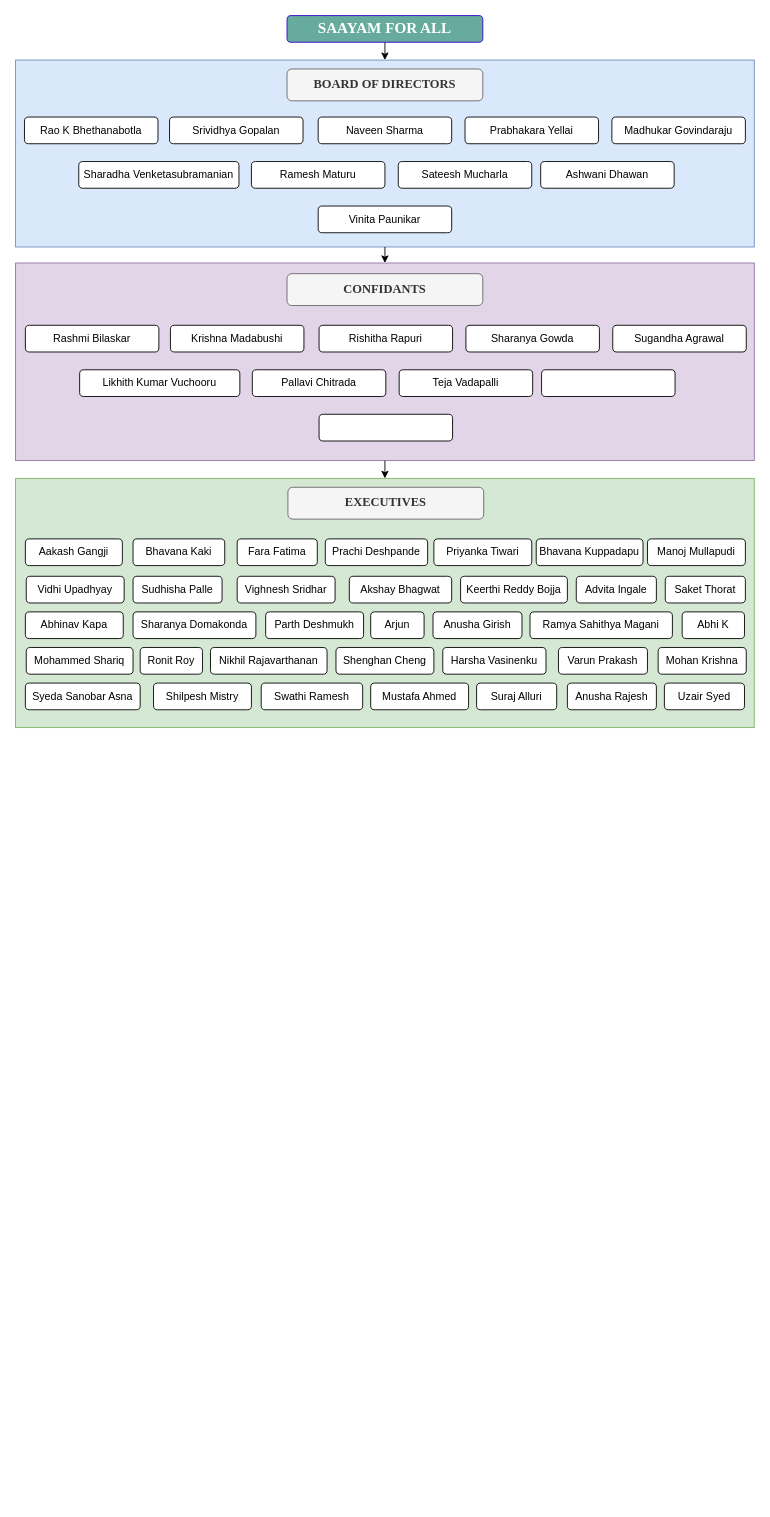
Earlier version of the draw.io diagram saayam_organizationchart.drawio (PallaviChitrada10/PallaviChitrada10). Source tidied: cells renumbered, new cells numbered last; positions are measured from the earlier drawing's top-left corner, leaving out a move shared by most shapes. Both pictures are drawn from the tidied source at 89%, with x=0, y=0 at pixel (15, 15).
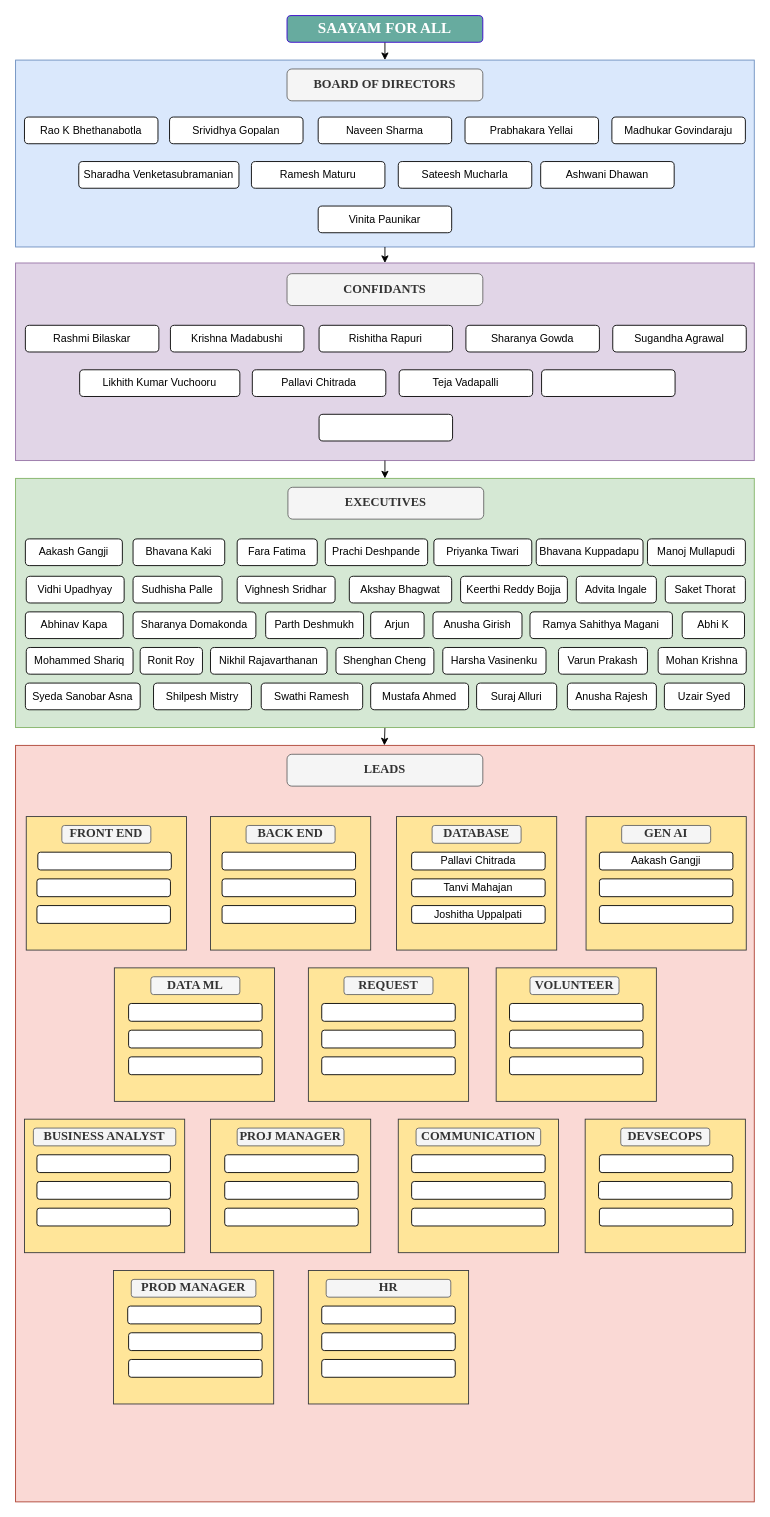
The same page after the edit.

Unchanged cells that the change refers to:
```xml
<mxCell id="32" style="rounded=0;whiteSpace=wrap;html=1;strokeColor=#82b366;fillColor=#d5e8d4;" parent="1" vertex="1">
  <mxGeometry y="520" width="830" height="280" as="geometry" />
</mxCell>
```

Diff of the diagram source:
```diff
@@
-    <mxCell id="20" style="group;" parent="1" vertex="1">
-      <mxGeometry x="11" y="348" width="810" height="130" as="geometry" />
-    </mxCell>
-    <mxCell id="21" value="&lt;font&gt;Rashmi Bilaskar&lt;/font&gt;" style="rounded=1;whiteSpace=wrap;html=1;" parent="20" vertex="1">
-      <mxGeometry width="150" height="30" as="geometry" />
-    </mxCell>
-    <mxCell id="22" value="Krishna Madabushi" style="rounded=1;whiteSpace=wrap;html=1;" parent="20" vertex="1">
-      <mxGeometry x="163" width="150" height="30" as="geometry" />
-    </mxCell>
-    <mxCell id="23" value="&lt;font&gt;Rishitha Rapuri&lt;/font&gt;" style="rounded=1;whiteSpace=wrap;html=1;" parent="20" vertex="1">
-      <mxGeometry x="330" width="150" height="30" as="geometry" />
-    </mxCell>
-    <mxCell id="24" value="&lt;font&gt;Sharanya Gowda&lt;/font&gt;" style="rounded=1;whiteSpace=wrap;html=1;" parent="20" vertex="1">
-      <mxGeometry x="495" width="150" height="30" as="geometry" />
-    </mxCell>
-    <mxCell id="25" value="&lt;font&gt;Sugandha Agrawal&lt;/font&gt;" style="rounded=1;whiteSpace=wrap;html=1;" parent="20" vertex="1">
-      <mxGeometry x="660" width="150" height="30" as="geometry" />
-    </mxCell>
-    <mxCell id="26" value="&lt;font&gt;Likhith Kumar Vuchooru&lt;/font&gt;" style="rounded=1;whiteSpace=wrap;html=1;" parent="20" vertex="1">
-      <mxGeometry x="61" y="50" width="180" height="30" as="geometry" />
-    </mxCell>
-    <mxCell id="27" value="&lt;font&gt;Pallavi Chitrada&lt;/font&gt;" style="rounded=1;whiteSpace=wrap;html=1;" parent="20" vertex="1">
-      <mxGeometry x="255" y="50" width="150" height="30" as="geometry" />
-    </mxCell>
-    <mxCell id="28" value="&lt;font&gt;Teja Vadapalli&lt;/font&gt;" style="rounded=1;whiteSpace=wrap;html=1;" parent="20" vertex="1">
-      <mxGeometry x="420" y="50" width="150" height="30" as="geometry" />
-    </mxCell>
-    <mxCell id="29" style="rounded=1;whiteSpace=wrap;html=1;" parent="20" vertex="1">
-      <mxGeometry x="580" y="50" width="150" height="30" as="geometry" />
-    </mxCell>
-    <mxCell id="30" style="rounded=1;whiteSpace=wrap;html=1;" parent="20" vertex="1">
-      <mxGeometry x="330" y="100" width="150" height="30" as="geometry" />
-    </mxCell>
@@
+    <mxCell id="69" style="edgeStyle=orthogonalEdgeStyle;rounded=0;jettySize=auto;html=1;exitX=0.5;exitY=1;exitDx=0;exitDy=0;" parent="1" edge="1" source="32">
+      <mxGeometry relative="1" as="geometry">
+        <mxPoint x="414.4" y="820" as="targetPoint" />
+      </mxGeometry>
+    </mxCell>
@@
+    <mxCell id="70" style="rounded=0;whiteSpace=wrap;html=1;strokeColor=#ae4132;fillColor=#fad9d5;" parent="1" vertex="1">
+      <mxGeometry y="820" width="830" height="850" as="geometry" />
+    </mxCell>
+    <mxCell id="71" value="&lt;font face=&quot;Garamond&quot;&gt;&lt;span style=&quot;font-size: 14px;&quot;&gt;&lt;b&gt;LEADS&lt;/b&gt;&lt;/span&gt;&lt;/font&gt;" style="rounded=1;whiteSpace=wrap;html=1;fillColor=#f5f5f5;fontColor=#333333;strokeColor=#666666;" parent="1" vertex="1">
+      <mxGeometry x="305" y="830" width="220" height="35.8" as="geometry" />
+    </mxCell>
+    <mxCell id="72" style="rounded=0;whiteSpace=wrap;html=1;fillColor=#FFE599;strokeColor=#36393d;" parent="1" vertex="1">
+      <mxGeometry x="12" y="900" width="180" height="150" as="geometry" />
+    </mxCell>
+    <mxCell id="73" style="rounded=0;whiteSpace=wrap;html=1;fillColor=#FFE599;strokeColor=#36393d;" parent="1" vertex="1">
+      <mxGeometry x="219" y="900" width="180" height="150" as="geometry" />
+    </mxCell>
+    <mxCell id="74" style="rounded=0;whiteSpace=wrap;html=1;fillColor=#FFE599;strokeColor=#36393d;" parent="1" vertex="1">
+      <mxGeometry x="111" y="1070" width="180" height="150" as="geometry" />
+    </mxCell>
+    <mxCell id="75" style="rounded=0;whiteSpace=wrap;html=1;fillColor=#FFE599;strokeColor=#36393d;" parent="1" vertex="1">
+      <mxGeometry x="428" y="900" width="180" height="150" as="geometry" />
+    </mxCell>
+    <mxCell id="76" style="rounded=0;whiteSpace=wrap;html=1;fillColor=#FFE599;strokeColor=#36393d;" parent="1" vertex="1">
+      <mxGeometry x="641" y="900" width="180" height="150" as="geometry" />
+    </mxCell>
+    <mxCell id="77" style="rounded=0;whiteSpace=wrap;html=1;fillColor=#FFE599;strokeColor=#36393d;" parent="1" vertex="1">
+      <mxGeometry x="540" y="1070" width="180" height="150" as="geometry" />
+    </mxCell>
+    <mxCell id="78" value="&lt;font face=&quot;Garamond&quot;&gt;&lt;span style=&quot;font-size: 14px;&quot;&gt;&lt;b&gt;FRONT END&lt;/b&gt;&lt;/span&gt;&lt;/font&gt;" style="rounded=1;whiteSpace=wrap;html=1;fillColor=#f5f5f5;fontColor=#333333;strokeColor=#666666;" parent="1" vertex="1">
+      <mxGeometry x="52" y="910" width="100" height="20" as="geometry" />
+    </mxCell>
+    <mxCell id="79" value="&lt;font face=&quot;Garamond&quot;&gt;&lt;span style=&quot;font-size: 14px;&quot;&gt;&lt;b&gt;BACK END&lt;/b&gt;&lt;/span&gt;&lt;/font&gt;" style="rounded=1;whiteSpace=wrap;html=1;fillColor=#f5f5f5;fontColor=#333333;strokeColor=#666666;" parent="1" vertex="1">
+      <mxGeometry x="259" y="910" width="100" height="20" as="geometry" />
+    </mxCell>
+    <mxCell id="80" value="&lt;font face=&quot;Garamond&quot;&gt;&lt;span style=&quot;font-size: 14px;&quot;&gt;&lt;b&gt;DATABASE&lt;/b&gt;&lt;/span&gt;&lt;/font&gt;" style="rounded=1;whiteSpace=wrap;html=1;fillColor=#f5f5f5;fontColor=#333333;strokeColor=#666666;" parent="1" vertex="1">
+      <mxGeometry x="468" y="910" width="100" height="20" as="geometry" />
+    </mxCell>
+    <mxCell id="81" value="&lt;font face=&quot;Garamond&quot;&gt;&lt;span style=&quot;font-size: 14px;&quot;&gt;&lt;b&gt;GEN AI&lt;/b&gt;&lt;/span&gt;&lt;/font&gt;" style="rounded=1;whiteSpace=wrap;html=1;fillColor=#f5f5f5;fontColor=#333333;strokeColor=#666666;" parent="1" vertex="1">
+      <mxGeometry x="681" y="910" width="100" height="20" as="geometry" />
+    </mxCell>
+    <mxCell id="82" value="&lt;font face=&quot;Garamond&quot;&gt;&lt;span style=&quot;font-size: 14px;&quot;&gt;&lt;b&gt;DATA ML&lt;/b&gt;&lt;/span&gt;&lt;/font&gt;" style="rounded=1;whiteSpace=wrap;html=1;fillColor=#f5f5f5;fontColor=#333333;strokeColor=#666666;" parent="1" vertex="1">
+      <mxGeometry x="152" y="1080" width="100" height="20" as="geometry" />
+    </mxCell>
+    <mxCell id="83" value="&lt;font face=&quot;Garamond&quot;&gt;&lt;span style=&quot;font-size: 14px;&quot;&gt;&lt;b&gt;VOLUNTEER&lt;/b&gt;&lt;/span&gt;&lt;/font&gt;" style="rounded=1;whiteSpace=wrap;html=1;fillColor=#f5f5f5;fontColor=#333333;strokeColor=#666666;" parent="1" vertex="1">
+      <mxGeometry x="578" y="1080" width="100" height="20" as="geometry" />
+    </mxCell>
+    <mxCell id="84" style="edgeStyle=orthogonalEdgeStyle;rounded=0;orthogonalLoop=1;jettySize=auto;html=1;exitX=0.5;exitY=1;exitDx=0;exitDy=0;" parent="1" edge="1" source="83" target="83">
+      <mxGeometry relative="1" as="geometry" />
+    </mxCell>
+    <mxCell id="85" style="group;fillColor=#FFE599;" parent="1" vertex="1">
+      <mxGeometry x="329" y="1070" width="180" height="150" as="geometry" />
+    </mxCell>
+    <mxCell id="86" style="group;fillColor=#FFE599;" parent="1" vertex="1">
+      <mxGeometry x="10" y="1240" width="180" height="150" as="geometry" />
+    </mxCell>
+    <mxCell id="87" style="group;fillColor=#FFE599;" parent="1" vertex="1">
+      <mxGeometry x="219" y="1240" width="180" height="150" as="geometry" />
+    </mxCell>
+    <mxCell id="88" style="group;fillColor=#FFE599;" parent="1" vertex="1">
+      <mxGeometry x="430" y="1240" width="180" height="150" as="geometry" />
+    </mxCell>
+    <mxCell id="89" style="rounded=0;whiteSpace=wrap;html=1;fillColor=#FFE599;strokeColor=#36393d;" parent="88" vertex="1">
+      <mxGeometry width="180" height="150" as="geometry" />
+    </mxCell>
+    <mxCell id="90" value="&lt;font face=&quot;Garamond&quot;&gt;&lt;span style=&quot;font-size: 14px;&quot;&gt;&lt;b&gt;COMMUNICATION&lt;/b&gt;&lt;/span&gt;&lt;/font&gt;" style="rounded=1;whiteSpace=wrap;html=1;fillColor=#f5f5f5;fontColor=#333333;strokeColor=#666666;" parent="88" vertex="1">
+      <mxGeometry x="20" y="10" width="140" height="20" as="geometry" />
+    </mxCell>
+    <mxCell id="91" style="rounded=1;whiteSpace=wrap;html=1;" parent="88" vertex="1">
+      <mxGeometry x="15" y="40" width="150" height="20" as="geometry" />
+    </mxCell>
+    <mxCell id="92" style="rounded=1;whiteSpace=wrap;html=1;" parent="88" vertex="1">
+      <mxGeometry x="15" y="70" width="150" height="20" as="geometry" />
+    </mxCell>
+    <mxCell id="93" style="rounded=1;whiteSpace=wrap;html=1;" parent="88" vertex="1">
+      <mxGeometry x="15" y="100" width="150" height="20" as="geometry" />
+    </mxCell>
+    <mxCell id="94" style="group;fillColor=#FFE599;" parent="1" vertex="1">
+      <mxGeometry x="640" y="1240" width="180" height="150" as="geometry" />
+    </mxCell>
+    <mxCell id="21" value="&lt;font&gt;Rashmi Bilaskar&lt;/font&gt;" style="rounded=1;whiteSpace=wrap;html=1;" parent="1" vertex="1">
+      <mxGeometry x="11" y="348" width="150" height="30" as="geometry" />
+    </mxCell>
+    <mxCell id="22" value="Krishna Madabushi" style="rounded=1;whiteSpace=wrap;html=1;" parent="1" vertex="1">
+      <mxGeometry x="174" y="348" width="150" height="30" as="geometry" />
+    </mxCell>
+    <mxCell id="23" value="&lt;font&gt;Rishitha Rapuri&lt;/font&gt;" style="rounded=1;whiteSpace=wrap;html=1;" parent="1" vertex="1">
+      <mxGeometry x="341" y="348" width="150" height="30" as="geometry" />
+    </mxCell>
+    <mxCell id="24" value="&lt;font&gt;Sharanya Gowda&lt;/font&gt;" style="rounded=1;whiteSpace=wrap;html=1;" parent="1" vertex="1">
+      <mxGeometry x="506" y="348" width="150" height="30" as="geometry" />
+    </mxCell>
+    <mxCell id="25" value="&lt;font&gt;Sugandha Agrawal&lt;/font&gt;" style="rounded=1;whiteSpace=wrap;html=1;" parent="1" vertex="1">
+      <mxGeometry x="671" y="348" width="150" height="30" as="geometry" />
+    </mxCell>
+    <mxCell id="26" value="&lt;font&gt;Likhith Kumar Vuchooru&lt;/font&gt;" style="rounded=1;whiteSpace=wrap;html=1;" parent="1" vertex="1">
+      <mxGeometry x="72" y="398" width="180" height="30" as="geometry" />
+    </mxCell>
+    <mxCell id="27" value="&lt;font&gt;Pallavi Chitrada&lt;/font&gt;" style="rounded=1;whiteSpace=wrap;html=1;" parent="1" vertex="1">
+      <mxGeometry x="266" y="398" width="150" height="30" as="geometry" />
+    </mxCell>
+    <mxCell id="28" value="&lt;font&gt;Teja Vadapalli&lt;/font&gt;" style="rounded=1;whiteSpace=wrap;html=1;" parent="1" vertex="1">
+      <mxGeometry x="431" y="398" width="150" height="30" as="geometry" />
+    </mxCell>
+    <mxCell id="29" style="rounded=1;whiteSpace=wrap;html=1;" parent="1" vertex="1">
+      <mxGeometry x="591" y="398" width="150" height="30" as="geometry" />
+    </mxCell>
+    <mxCell id="30" style="rounded=1;whiteSpace=wrap;html=1;" parent="1" vertex="1">
+      <mxGeometry x="341" y="448" width="150" height="30" as="geometry" />
+    </mxCell>
+    <mxCell id="95" value="&lt;font&gt;Pallavi Chitrada&lt;/font&gt;" style="rounded=1;whiteSpace=wrap;html=1;" parent="1" vertex="1">
+      <mxGeometry x="445" y="940" width="150" height="20" as="geometry" />
+    </mxCell>
+    <mxCell id="96" value="Tanvi Mahajan" style="rounded=1;whiteSpace=wrap;html=1;" parent="1" vertex="1">
+      <mxGeometry x="445" y="970" width="150" height="20" as="geometry" />
+    </mxCell>
+    <mxCell id="97" value="&lt;div&gt;Joshitha Uppalpati&lt;/div&gt;" style="rounded=1;whiteSpace=wrap;html=1;" parent="1" vertex="1">
+      <mxGeometry x="445" y="1000" width="150" height="20" as="geometry" />
+    </mxCell>
+    <mxCell id="98" style="rounded=0;whiteSpace=wrap;html=1;fillColor=#FFE599;strokeColor=#36393d;" parent="1" vertex="1">
+      <mxGeometry x="329" y="1070" width="180" height="150" as="geometry" />
+    </mxCell>
+    <mxCell id="99" value="&lt;font face=&quot;Garamond&quot;&gt;&lt;span style=&quot;font-size: 14px;&quot;&gt;&lt;b&gt;REQUEST&lt;/b&gt;&lt;/span&gt;&lt;/font&gt;" style="rounded=1;whiteSpace=wrap;html=1;fillColor=#f5f5f5;fontColor=#333333;strokeColor=#666666;" parent="1" vertex="1">
+      <mxGeometry x="369" y="1080" width="100" height="20" as="geometry" />
+    </mxCell>
+    <mxCell id="100" style="rounded=0;whiteSpace=wrap;html=1;fillColor=#FFE599;strokeColor=#36393d;" parent="1" vertex="1">
+      <mxGeometry x="219" y="1240" width="180" height="150" as="geometry" />
+    </mxCell>
+    <mxCell id="101" value="&lt;font face=&quot;Garamond&quot;&gt;&lt;span style=&quot;font-size: 14px;&quot;&gt;&lt;b&gt;PROJ MANAGER&lt;/b&gt;&lt;/span&gt;&lt;/font&gt;" style="rounded=1;whiteSpace=wrap;html=1;fillColor=#f5f5f5;fontColor=#333333;strokeColor=#666666;" parent="1" vertex="1">
+      <mxGeometry x="249" y="1250" width="120" height="20" as="geometry" />
+    </mxCell>
+    <mxCell id="102" style="rounded=0;whiteSpace=wrap;html=1;fillColor=#FFE599;strokeColor=#36393d;" parent="1" vertex="1">
+      <mxGeometry x="10" y="1240" width="180" height="150" as="geometry" />
+    </mxCell>
+    <mxCell id="103" value="&lt;font face=&quot;Garamond&quot;&gt;&lt;span style=&quot;font-size: 14px;&quot;&gt;&lt;b&gt;BUSINESS ANALYST&lt;/b&gt;&lt;/span&gt;&lt;/font&gt;" style="rounded=1;whiteSpace=wrap;html=1;fillColor=#f5f5f5;fontColor=#333333;strokeColor=#666666;" parent="1" vertex="1">
+      <mxGeometry x="20" y="1250" width="160" height="20" as="geometry" />
+    </mxCell>
+    <mxCell id="104" style="rounded=0;whiteSpace=wrap;html=1;fillColor=#FFE599;strokeColor=#36393d;" parent="1" vertex="1">
+      <mxGeometry x="640" y="1240" width="180" height="150" as="geometry" />
+    </mxCell>
+    <mxCell id="105" value="&lt;font face=&quot;Garamond&quot;&gt;&lt;span style=&quot;font-size: 14px;&quot;&gt;&lt;b&gt;DEVSECOPS&lt;/b&gt;&lt;/span&gt;&lt;/font&gt;" style="rounded=1;whiteSpace=wrap;html=1;fillColor=#f5f5f5;fontColor=#333333;strokeColor=#666666;" parent="1" vertex="1">
+      <mxGeometry x="680" y="1250" width="100" height="20" as="geometry" />
+    </mxCell>
+    <mxCell id="106" style="rounded=0;whiteSpace=wrap;html=1;fillColor=#FFE599;strokeColor=#36393d;" parent="1" vertex="1">
+      <mxGeometry x="110" y="1410" width="180" height="150" as="geometry" />
+    </mxCell>
+    <mxCell id="107" value="&lt;font face=&quot;Garamond&quot;&gt;&lt;span style=&quot;font-size: 14px;&quot;&gt;&lt;b&gt;PROD MANAGER&lt;/b&gt;&lt;/span&gt;&lt;/font&gt;" style="rounded=1;whiteSpace=wrap;html=1;fillColor=#f5f5f5;fontColor=#333333;strokeColor=#666666;" parent="1" vertex="1">
+      <mxGeometry x="130" y="1420" width="140" height="20" as="geometry" />
+    </mxCell>
+    <mxCell id="108" style="rounded=0;whiteSpace=wrap;html=1;fillColor=#FFE599;strokeColor=#36393d;" parent="1" vertex="1">
+      <mxGeometry x="329" y="1410" width="180" height="150" as="geometry" />
+    </mxCell>
+    <mxCell id="109" value="&lt;font face=&quot;Garamond&quot;&gt;&lt;span style=&quot;font-size: 14px;&quot;&gt;&lt;b&gt;HR&lt;/b&gt;&lt;/span&gt;&lt;/font&gt;" style="rounded=1;whiteSpace=wrap;html=1;fillColor=#f5f5f5;fontColor=#333333;strokeColor=#666666;" parent="1" vertex="1">
+      <mxGeometry x="349" y="1420" width="140" height="20" as="geometry" />
+    </mxCell>
+    <mxCell id="110" value="Aakash Gangji" style="rounded=1;whiteSpace=wrap;html=1;" parent="1" vertex="1">
+      <mxGeometry x="656" y="940" width="150" height="20" as="geometry" />
+    </mxCell>
+    <mxCell id="111" style="rounded=1;whiteSpace=wrap;html=1;" parent="1" vertex="1">
+      <mxGeometry x="25" y="940" width="150" height="20" as="geometry" />
+    </mxCell>
+    <mxCell id="112" style="rounded=1;whiteSpace=wrap;html=1;" parent="1" vertex="1">
+      <mxGeometry x="24" y="970" width="150" height="20" as="geometry" />
+    </mxCell>
+    <mxCell id="113" style="rounded=1;whiteSpace=wrap;html=1;" parent="1" vertex="1">
+      <mxGeometry x="24" y="1000" width="150" height="20" as="geometry" />
+    </mxCell>
+    <mxCell id="114" style="rounded=1;whiteSpace=wrap;html=1;" parent="1" vertex="1">
+      <mxGeometry x="232" y="940" width="150" height="20" as="geometry" />
+    </mxCell>
+    <mxCell id="115" style="rounded=1;whiteSpace=wrap;html=1;" parent="1" vertex="1">
+      <mxGeometry x="232" y="970" width="150" height="20" as="geometry" />
+    </mxCell>
+    <mxCell id="116" style="rounded=1;whiteSpace=wrap;html=1;" parent="1" vertex="1">
+      <mxGeometry x="232" y="1000" width="150" height="20" as="geometry" />
+    </mxCell>
+    <mxCell id="117" style="rounded=1;whiteSpace=wrap;html=1;" parent="1" vertex="1">
+      <mxGeometry x="656" y="970" width="150" height="20" as="geometry" />
+    </mxCell>
+    <mxCell id="118" style="rounded=1;whiteSpace=wrap;html=1;" parent="1" vertex="1">
+      <mxGeometry x="656" y="1000" width="150" height="20" as="geometry" />
+    </mxCell>
+    <mxCell id="119" style="rounded=1;whiteSpace=wrap;html=1;" parent="1" vertex="1">
+      <mxGeometry x="127" y="1110" width="150" height="20" as="geometry" />
+    </mxCell>
+    <mxCell id="120" style="rounded=1;whiteSpace=wrap;html=1;" parent="1" vertex="1">
+      <mxGeometry x="127" y="1140" width="150" height="20" as="geometry" />
+    </mxCell>
+    <mxCell id="121" style="rounded=1;whiteSpace=wrap;html=1;" parent="1" vertex="1">
+      <mxGeometry x="127" y="1170" width="150" height="20" as="geometry" />
+    </mxCell>
+    <mxCell id="122" style="rounded=1;whiteSpace=wrap;html=1;" parent="1" vertex="1">
+      <mxGeometry x="344" y="1110" width="150" height="20" as="geometry" />
+    </mxCell>
+    <mxCell id="123" style="rounded=1;whiteSpace=wrap;html=1;" parent="1" vertex="1">
+      <mxGeometry x="344" y="1140" width="150" height="20" as="geometry" />
+    </mxCell>
+    <mxCell id="124" style="rounded=1;whiteSpace=wrap;html=1;" parent="1" vertex="1">
+      <mxGeometry x="344" y="1170" width="150" height="20" as="geometry" />
+    </mxCell>
+    <mxCell id="125" style="rounded=1;whiteSpace=wrap;html=1;" parent="1" vertex="1">
+      <mxGeometry x="555" y="1110" width="150" height="20" as="geometry" />
+    </mxCell>
+    <mxCell id="126" style="rounded=1;whiteSpace=wrap;html=1;" parent="1" vertex="1">
+      <mxGeometry x="555" y="1140" width="150" height="20" as="geometry" />
+    </mxCell>
+    <mxCell id="127" style="rounded=1;whiteSpace=wrap;html=1;" parent="1" vertex="1">
+      <mxGeometry x="555" y="1170" width="150" height="20" as="geometry" />
+    </mxCell>
+    <mxCell id="128" style="rounded=1;whiteSpace=wrap;html=1;" parent="1" vertex="1">
+      <mxGeometry x="24" y="1280" width="150" height="20" as="geometry" />
+    </mxCell>
+    <mxCell id="129" style="rounded=1;whiteSpace=wrap;html=1;" parent="1" vertex="1">
+      <mxGeometry x="24" y="1310" width="150" height="20" as="geometry" />
+    </mxCell>
+    <mxCell id="130" style="rounded=1;whiteSpace=wrap;html=1;" parent="1" vertex="1">
+      <mxGeometry x="24" y="1340" width="150" height="20" as="geometry" />
+    </mxCell>
+    <mxCell id="131" style="rounded=1;whiteSpace=wrap;html=1;" parent="1" vertex="1">
+      <mxGeometry x="235" y="1280" width="150" height="20" as="geometry" />
+    </mxCell>
+    <mxCell id="132" style="rounded=1;whiteSpace=wrap;html=1;" parent="1" vertex="1">
+      <mxGeometry x="235" y="1310" width="150" height="20" as="geometry" />
+    </mxCell>
+    <mxCell id="133" style="rounded=1;whiteSpace=wrap;html=1;" parent="1" vertex="1">
+      <mxGeometry x="235" y="1340" width="150" height="20" as="geometry" />
+    </mxCell>
+    <mxCell id="134" style="rounded=1;whiteSpace=wrap;html=1;" parent="1" vertex="1">
+      <mxGeometry x="656" y="1280" width="150" height="20" as="geometry" />
+    </mxCell>
+    <mxCell id="135" style="rounded=1;whiteSpace=wrap;html=1;" parent="1" vertex="1">
+      <mxGeometry x="655" y="1310" width="150" height="20" as="geometry" />
+    </mxCell>
+    <mxCell id="136" style="rounded=1;whiteSpace=wrap;html=1;" parent="1" vertex="1">
+      <mxGeometry x="656" y="1340" width="150" height="20" as="geometry" />
+    </mxCell>
+    <mxCell id="137" style="rounded=1;whiteSpace=wrap;html=1;" parent="1" vertex="1">
+      <mxGeometry x="126" y="1450" width="150" height="20" as="geometry" />
+    </mxCell>
+    <mxCell id="138" style="rounded=1;whiteSpace=wrap;html=1;" parent="1" vertex="1">
+      <mxGeometry x="127" y="1480" width="150" height="20" as="geometry" />
+    </mxCell>
+    <mxCell id="139" style="rounded=1;whiteSpace=wrap;html=1;" parent="1" vertex="1">
+      <mxGeometry x="127" y="1510" width="150" height="20" as="geometry" />
+    </mxCell>
+    <mxCell id="140" style="rounded=1;whiteSpace=wrap;html=1;" parent="1" vertex="1">
+      <mxGeometry x="344" y="1450" width="150" height="20" as="geometry" />
+    </mxCell>
+    <mxCell id="141" style="rounded=1;whiteSpace=wrap;html=1;" parent="1" vertex="1">
+      <mxGeometry x="344" y="1480" width="150" height="20" as="geometry" />
+    </mxCell>
+    <mxCell id="142" style="rounded=1;whiteSpace=wrap;html=1;" parent="1" vertex="1">
+      <mxGeometry x="344" y="1510" width="150" height="20" as="geometry" />
+    </mxCell>
```
